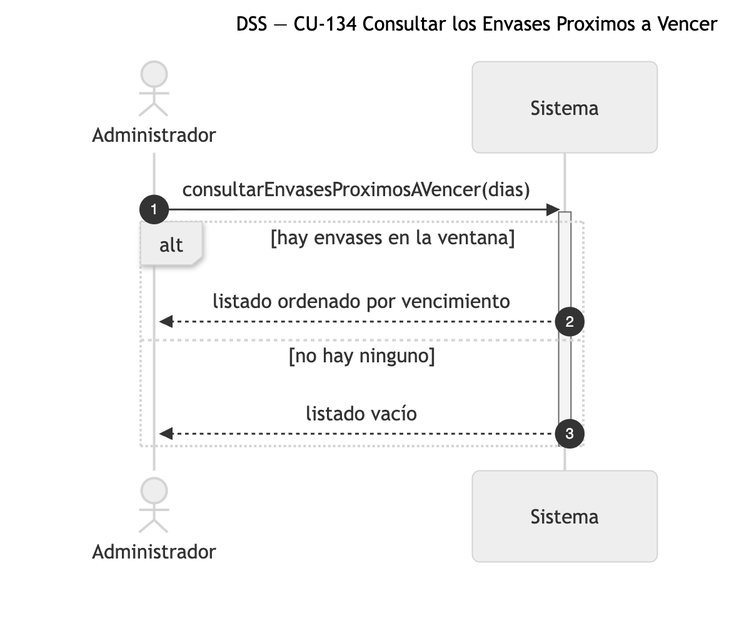
This is diagramas/png/DSS_CU-134_Consultar-los-Envases-Proximos-a-Vencer.png from Nahuelito-Dev/splg-docs, a Mermaid export, as it was before one commit. Its source is kept beside it as diagramas/DSS_CU-134_Consultar-los-Envases-Proximos-a-Vencer.mmd. Source of this version:
```mermaid
sequenceDiagram
    title DSS — CU-134 Consultar los Envases Proximos a Vencer
    autonumber
    actor ADM as Administrador
    participant SIS as Sistema

    ADM->>SIS: consultarEnvasesProximosAVencer(dias)
    activate SIS
    alt hay envases en la ventana
        SIS-->>ADM: listado ordenado por vencimiento
    else no hay ninguno
        SIS-->>ADM: listado vacío
    end
    deactivate SIS
```
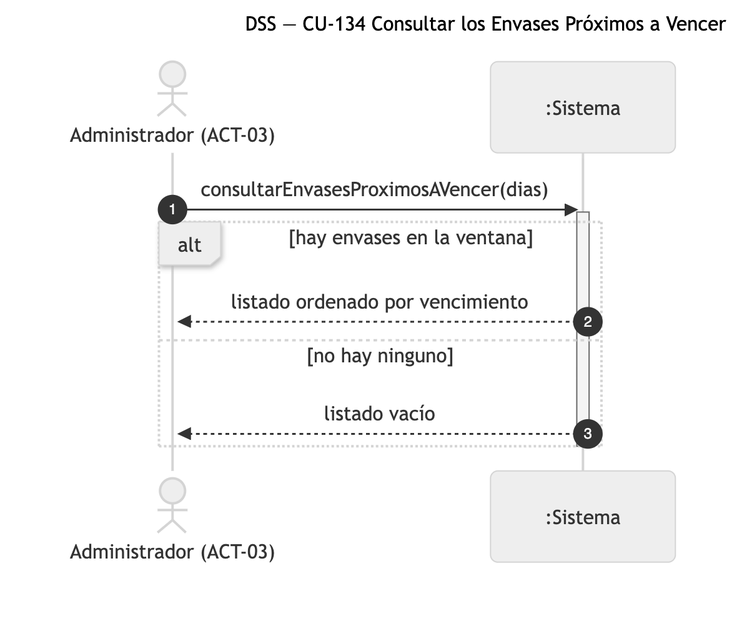
After the change.

The edit, as a diff of the source:
```diff
@@ -1,8 +1,8 @@
 sequenceDiagram
-    title DSS — CU-134 Consultar los Envases Proximos a Vencer
+    title DSS — CU-134 Consultar los Envases Próximos a Vencer
     autonumber
-    actor ADM as Administrador
-    participant SIS as Sistema
+    actor ADM as Administrador (ACT-03)
+    participant SIS as :Sistema
 
     ADM->>SIS: consultarEnvasesProximosAVencer(dias)
     activate SIS
```
